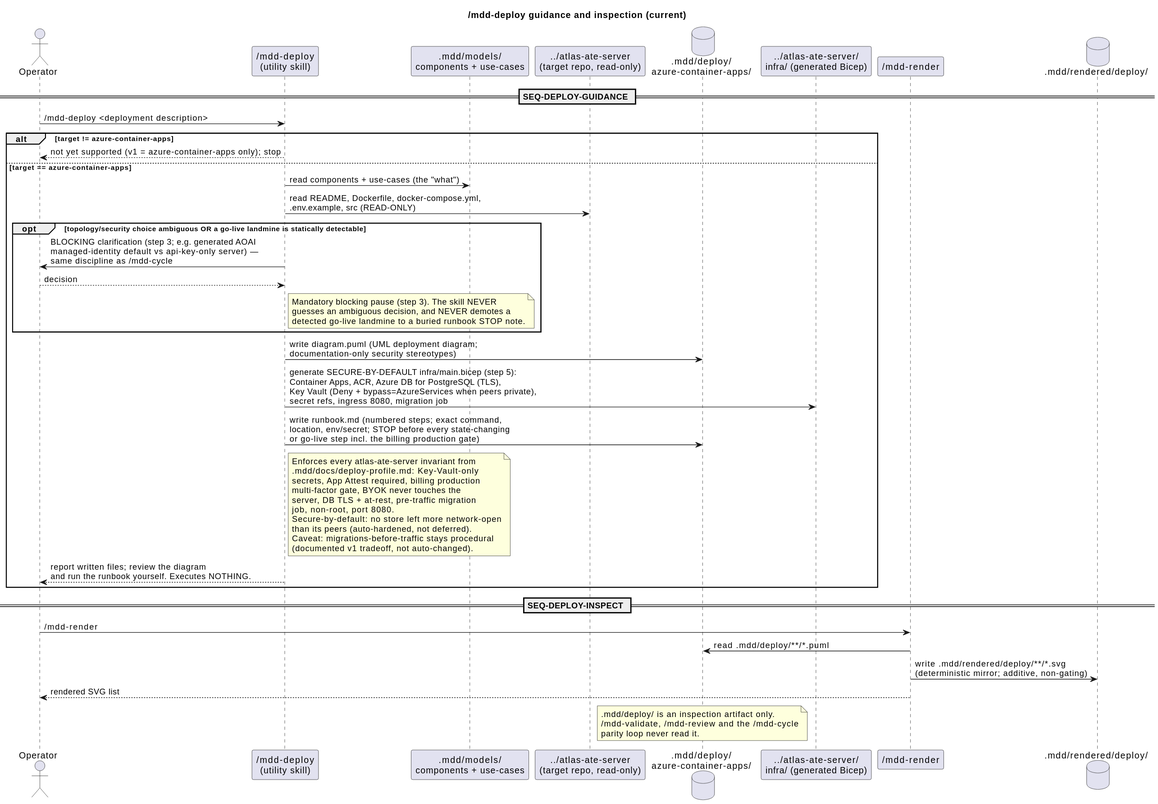
Before: .mdd/rendered/models/current/sequences/deploy-guidance.svg, a diagram exported from PlantUML (cthadeufaria/model-driven-development).
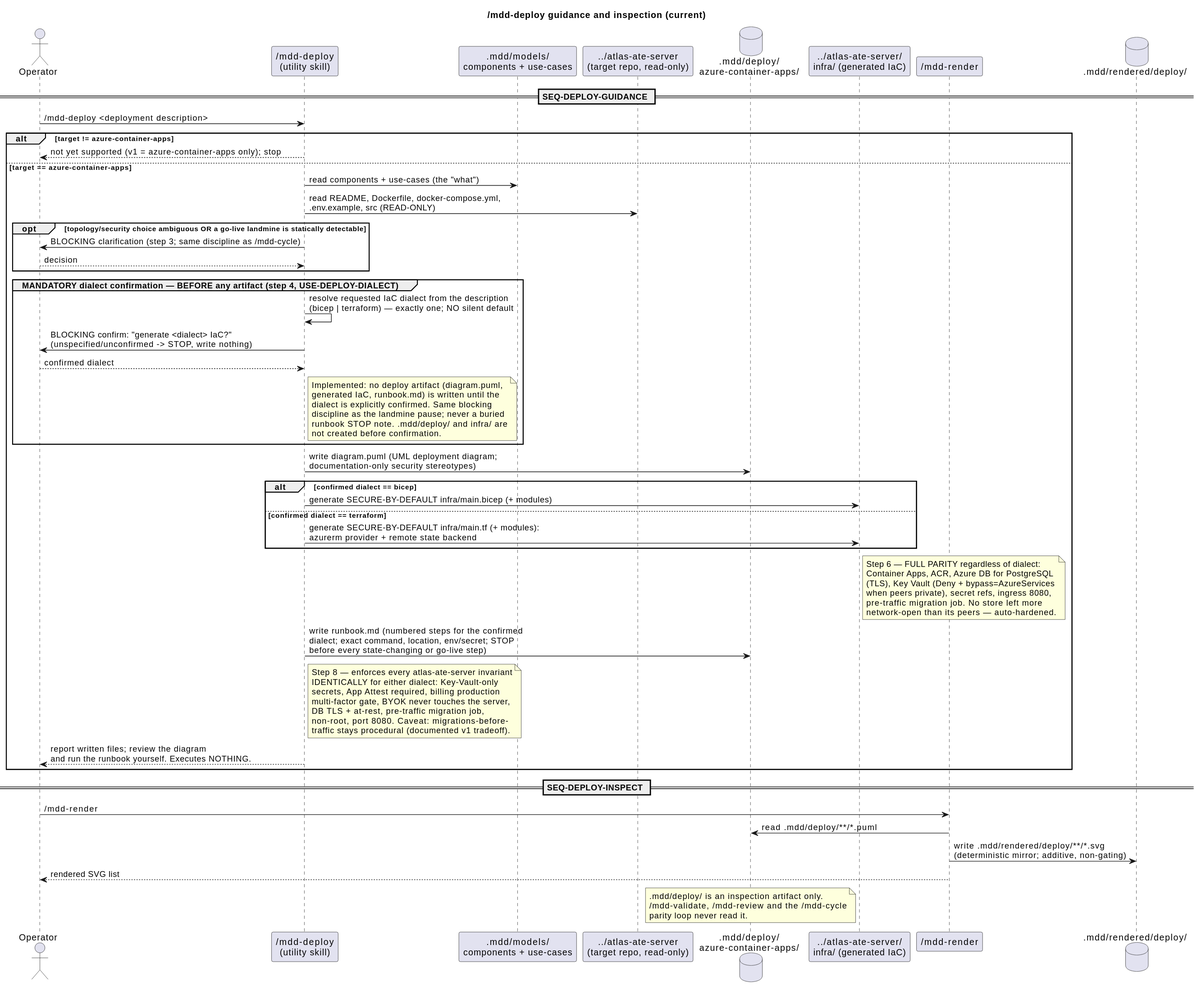
After the commit.

Diff of the diagram source:
```diff
@@ -6,7 +6,7 @@
 participant ".mdd/models/\ncomponents + use-cases" as Models
 participant "../atlas-ate-server\n(target repo, read-only)" as Target
 database ".mdd/deploy/\nazure-container-apps/" as Store
-participant "../atlas-ate-server/\ninfra/ (generated Bicep)" as Infra
+participant "../atlas-ate-server/\ninfra/ (generated IaC)" as Infra
 participant "/mdd-render" as Render
 database ".mdd/rendered/deploy/" as Rendered
 
@@ -18,28 +18,47 @@
   Dep -> Models : read components + use-cases (the "what")
   Dep -> Target : read README, Dockerfile, docker-compose.yml,\n.env.example, src (READ-ONLY)
   opt topology/security choice ambiguous OR a go-live landmine is statically detectable
-    Dep -> Op : BLOCKING clarification (step 3; e.g. generated AOAI\nmanaged-identity default vs api-key-only server) —\nsame discipline as /mdd-cycle
+    Dep -> Op : BLOCKING clarification (step 3; same discipline as /mdd-cycle)
     Op --> Dep : decision
+  end
+
+  group MANDATORY dialect confirmation — BEFORE any artifact (step 4, USE-DEPLOY-DIALECT)
+    Dep -> Dep : resolve requested IaC dialect from the description\n(bicep | terraform) — exactly one; NO silent default
+    Dep -> Op : BLOCKING confirm: "generate <dialect> IaC?"\n(unspecified/unconfirmed -> STOP, write nothing)
+    Op --> Dep : confirmed dialect
     note right of Dep
-      Mandatory blocking pause (step 3). The skill NEVER
-      guesses an ambiguous decision, and NEVER demotes a
-      detected go-live landmine to a buried runbook STOP note.
+      Implemented: no deploy artifact (diagram.puml,
+      generated IaC, runbook.md) is written until the
+      dialect is explicitly confirmed. Same blocking
+      discipline as the landmine pause; never a buried
+      runbook STOP note. .mdd/deploy/ and infra/ are
+      not created before confirmation.
     end note
   end
+
   Dep -> Store : write diagram.puml (UML deployment diagram;\ndocumentation-only security stereotypes)
-  Dep -> Infra : generate SECURE-BY-DEFAULT infra/main.bicep (step 5):\nContainer Apps, ACR, Azure DB for PostgreSQL (TLS),\nKey Vault (Deny + bypass=AzureServices when peers private),\nsecret refs, ingress 8080, migration job
-  Dep -> Store : write runbook.md (numbered steps; exact command,\nlocation, env/secret; STOP before every state-changing\nor go-live step incl. the billing production gate)
+  alt confirmed dialect == bicep
+    Dep -> Infra : generate SECURE-BY-DEFAULT infra/main.bicep (+ modules)
+  else confirmed dialect == terraform
+    Dep -> Infra : generate SECURE-BY-DEFAULT infra/main.tf (+ modules):\nazurerm provider + remote state backend
+  end
+  note right of Infra
+    Step 6 — FULL PARITY regardless of dialect:
+    Container Apps, ACR, Azure DB for PostgreSQL
+    (TLS), Key Vault (Deny + bypass=AzureServices
+    when peers private), secret refs, ingress 8080,
+    pre-traffic migration job. No store left more
+    network-open than its peers — auto-hardened.
+  end note
+  Dep -> Store : write runbook.md (numbered steps for the confirmed\ndialect; exact command, location, env/secret; STOP\nbefore every state-changing or go-live step)
   note right of Dep
-    Enforces every atlas-ate-server invariant from
-    .mdd/docs/deploy-profile.md: Key-Vault-only
+    Step 8 — enforces every atlas-ate-server invariant
+    IDENTICALLY for either dialect: Key-Vault-only
     secrets, App Attest required, billing production
-    multi-factor gate, BYOK never touches the
-    server, DB TLS + at-rest, pre-traffic migration
-    job, non-root, port 8080.
-    Secure-by-default: no store left more network-open
-    than its peers (auto-hardened, not deferred).
-    Caveat: migrations-before-traffic stays procedural
-    (documented v1 tradeoff, not auto-changed).
+    multi-factor gate, BYOK never touches the server,
+    DB TLS + at-rest, pre-traffic migration job,
+    non-root, port 8080. Caveat: migrations-before-
+    traffic stays procedural (documented v1 tradeoff).
   end note
   Dep --> Op : report written files; review the diagram\nand run the runbook yourself. Executes NOTHING.
 end
```
